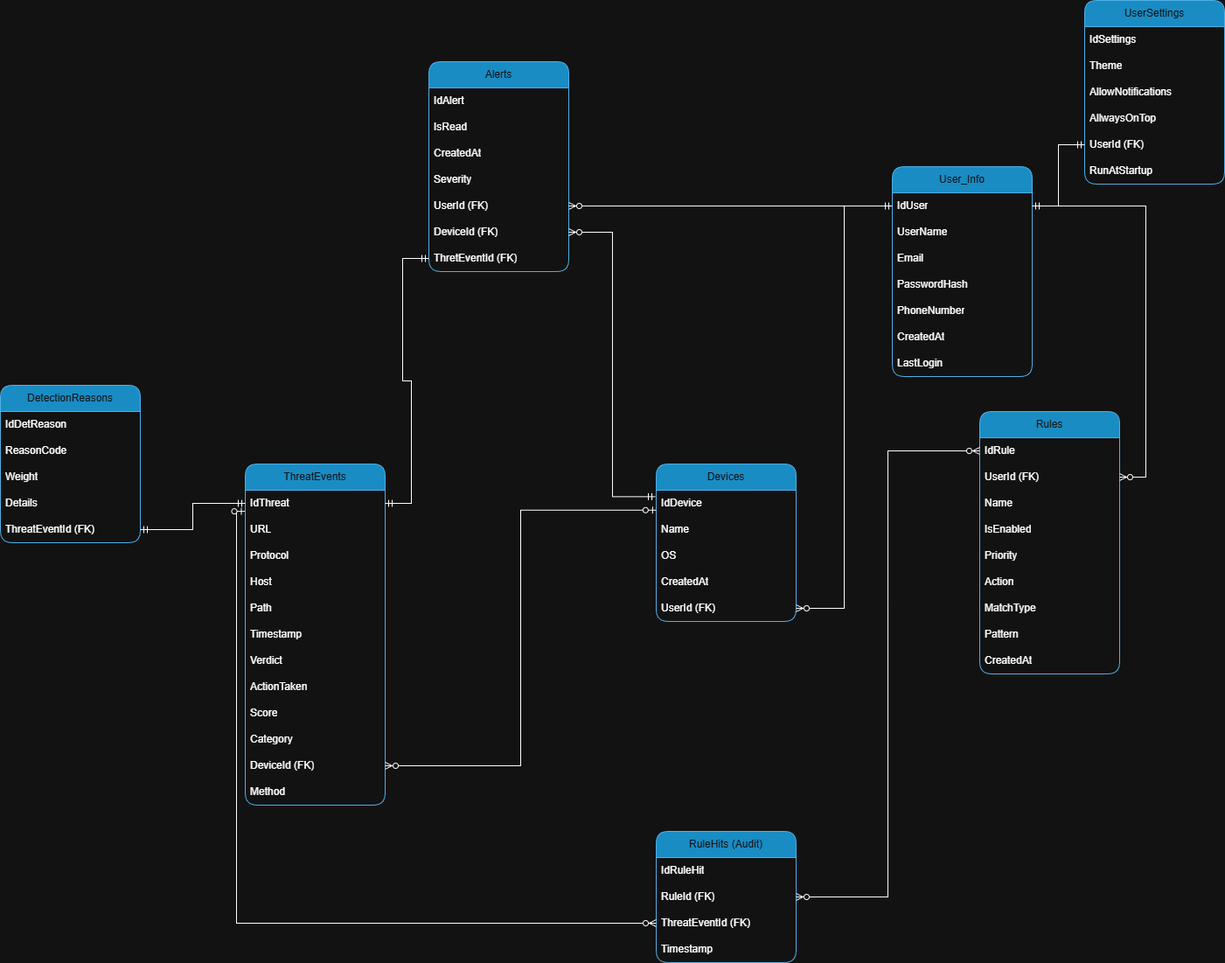
Above: DOCS/Database/SweebAppDBSchema.png in CprALin/SweebApp (draw.io), before the change. Source tidied: cells renumbered, new cells last; positions are measured from the earlier drawing's top-left corner, leaving out a move shared by most shapes.
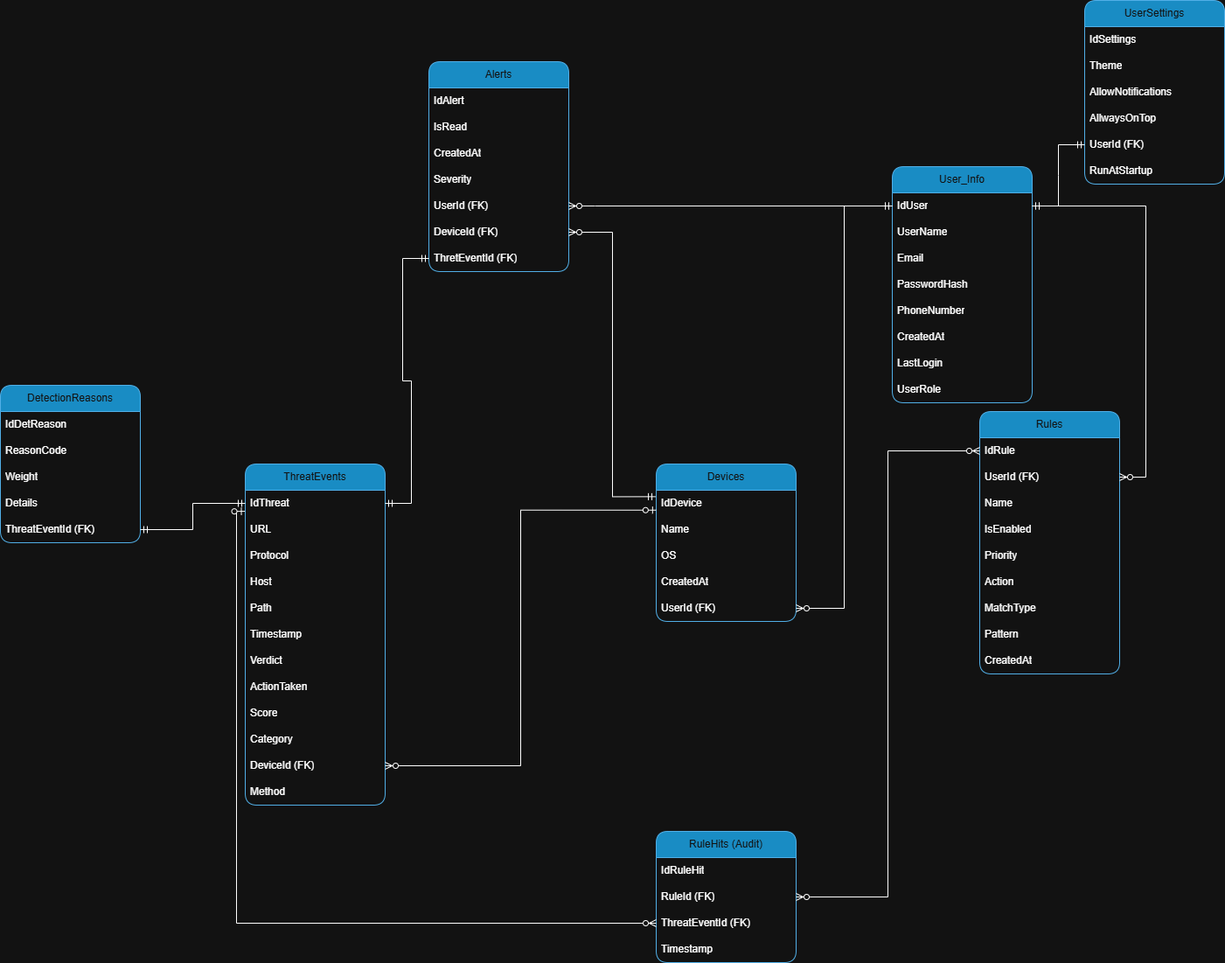
After the commit.

Commit message:
# Add UserRole column for authorization

Change to the diagram source:
```diff
@@ -3,7 +3,7 @@
     <mxCell id="0" />
     <mxCell id="1" parent="0" />
     <mxCell id="2" value="User_Info" style="swimlane;fontStyle=0;horizontal=1;startSize=30;whiteSpace=wrap;html=1;rounded=1;fillColor=#1ba1e2;fontColor=#ffffff;strokeColor=#006EAF;" parent="1" vertex="1">
-      <mxGeometry x="1020" y="190" width="160" height="240" as="geometry" />
+      <mxGeometry x="1020" y="190" width="160" height="270" as="geometry" />
     </mxCell>
     <mxCell id="3" value="IdUser" style="text;strokeColor=none;fillColor=none;align=left;verticalAlign=middle;spacingLeft=4;spacingRight=4;overflow=hidden;points=[[0,0.5],[1,0.5]];portConstraint=eastwest;whiteSpace=wrap;html=1;" parent="2" vertex="1">
       <mxGeometry y="30" width="160" height="30" as="geometry" />
@@ -26,6 +26,9 @@
     <mxCell id="9" value="LastLogin" style="text;strokeColor=none;fillColor=none;align=left;verticalAlign=middle;spacingLeft=4;spacingRight=4;overflow=hidden;whiteSpace=wrap;html=1;" parent="2" vertex="1">
       <mxGeometry y="210" width="160" height="30" as="geometry" />
     </mxCell>
+    <mxCell id="75" value="UserRole" style="text;strokeColor=none;fillColor=none;align=left;verticalAlign=middle;spacingLeft=4;spacingRight=4;overflow=hidden;whiteSpace=wrap;html=1;" parent="2" vertex="1">
+      <mxGeometry y="240" width="160" height="30" as="geometry" />
+    </mxCell>
     <mxCell id="10" value="UserSettings" style="swimlane;fontStyle=0;horizontal=1;startSize=30;whiteSpace=wrap;html=1;rounded=1;fillColor=#1ba1e2;fontColor=#ffffff;strokeColor=#006EAF;" parent="1" vertex="1">
       <mxGeometry x="1240" width="160" height="210" as="geometry" />
     </mxCell>
```
